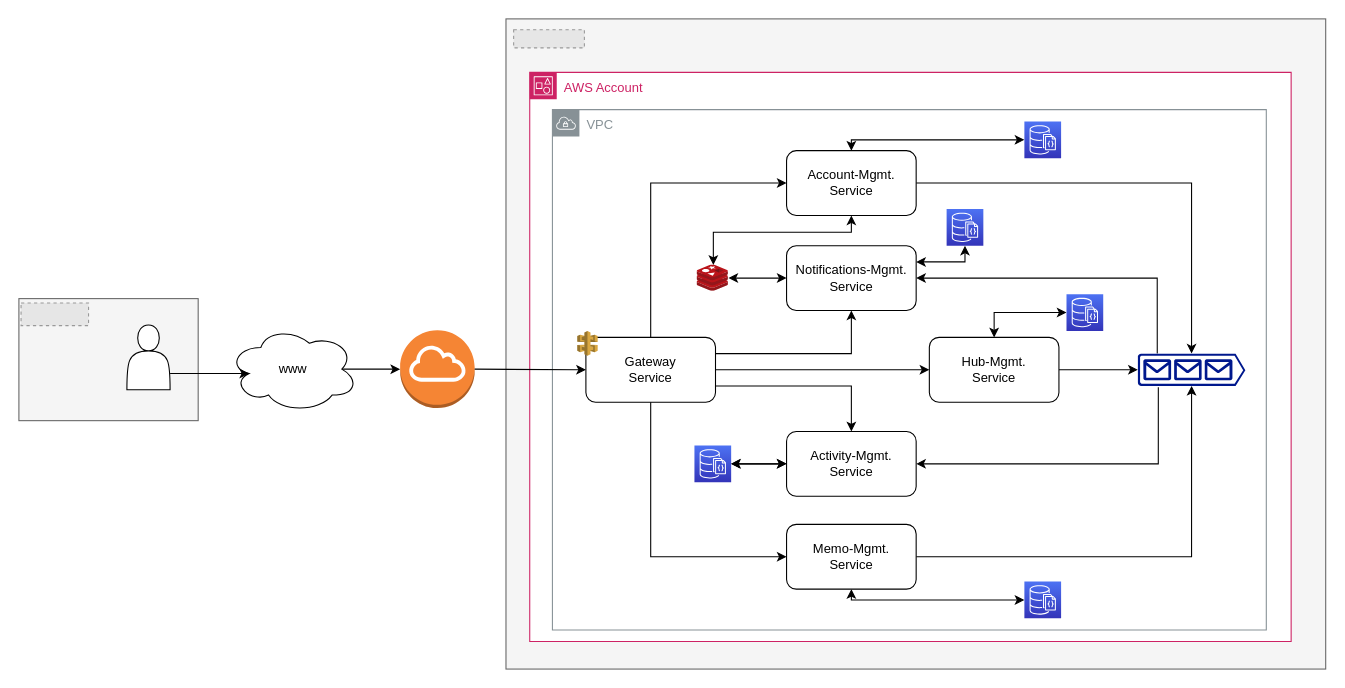
The draw.io diagram docs/spec/diagram.drawio in rockdonald2/community-space, before the edit. Source tidied: cells renumbered, new cells numbered last; positions are measured from the earlier drawing's top-left corner, leaving out a move shared by most shapes. Both pictures are drawn from the tidied source at 108%, with x=0, y=0 at pixel (18, 18). Pictures stored in the file or linked from it are replaced by grey dashed boxes.
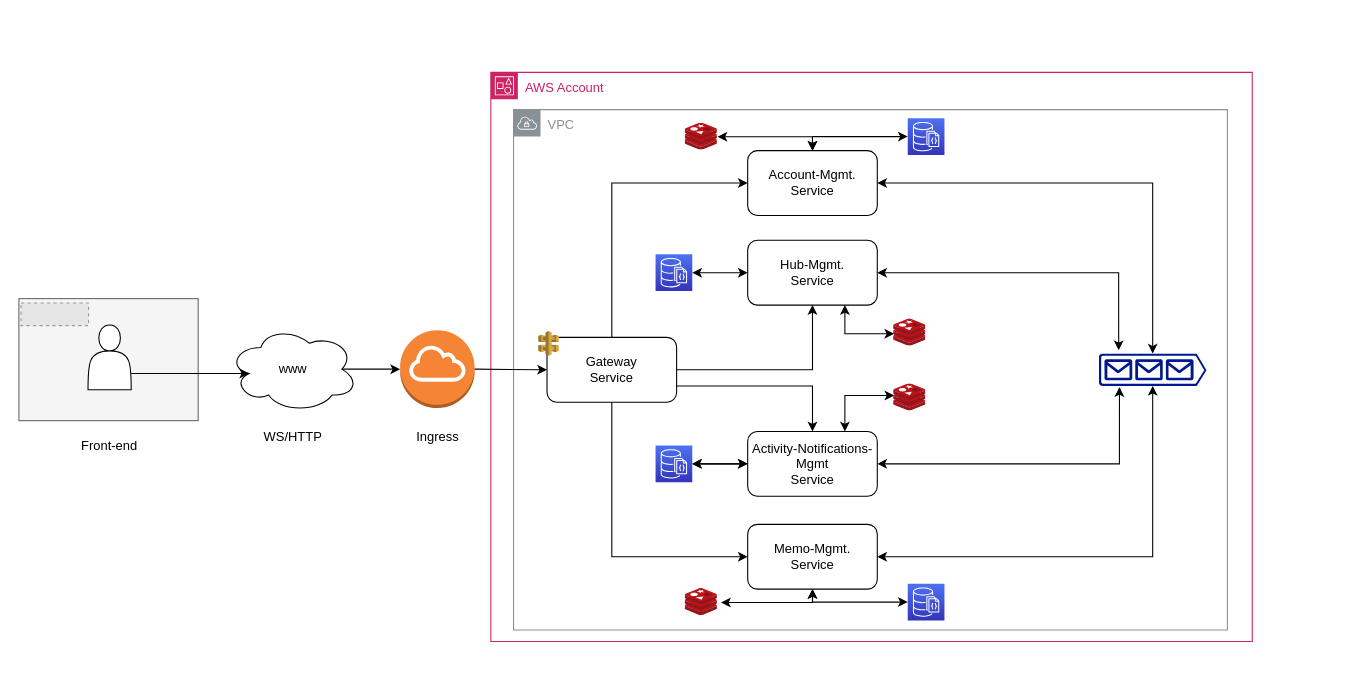
The same page after the edit.

Unchanged cells that the change refers to:
```xml
<mxCell id="14" value="Gateway&lt;br&gt;Service" style="rounded=1;whiteSpace=wrap;html=1;" parent="13" vertex="1">
  <mxGeometry x="8" y="6" width="120" height="60" as="geometry" />
</mxCell>
<mxCell id="19" value="Account-Mgmt.&lt;br&gt;Service" style="rounded=1;whiteSpace=wrap;html=1;" parent="11" vertex="1">
  <mxGeometry x="237.8" y="72.5" width="120" height="60" as="geometry" />
</mxCell>
<mxCell id="25" value="Memo-Mgmt.&lt;br style=&quot;border-color: var(--border-color);&quot;&gt;Service" style="rounded=1;whiteSpace=wrap;html=1;" parent="11" vertex="1">
  <mxGeometry x="237.8" y="418.5" width="120" height="60" as="geometry" />
</mxCell>
<mxCell id="28" style="sketch=0;shadow=0;dashed=0;html=1;strokeColor=none;labelPosition=center;verticalLabelPosition=bottom;verticalAlign=top;align=center;fillColor=#00188D;shape=mxgraph.azure.queue_generic;" parent="11" vertex="1">
  <mxGeometry x="563" y="260.4" width="99.6" height="29.9" as="geometry" />
</mxCell>
```

Diff of the diagram source:
```diff
@@
-    <mxCell id="5" style="group;" parent="1" vertex="1">
-      <mxGeometry x="451" width="759" height="602" as="geometry" />
-    </mxCell>
-    <mxCell id="6" style="rounded=0;whiteSpace=wrap;html=1;fillColor=#f5f5f5;fontColor=#333333;strokeColor=#666666;" parent="5" vertex="1">
-      <mxGeometry width="759" height="602" as="geometry" />
-    </mxCell>
-    <mxCell id="7" style="fillColor=#E6E6E6;strokeColor=#999999;dashed=1;verticalLabelPosition=bottom;labelBackgroundColor=default;verticalAlign=top;" parent="5" vertex="1">
-      <mxGeometry x="7.1" y="10" width="65.5" height="16.8" as="geometry" />
-    </mxCell>
@@
     <mxCell id="11" value="AWS Account" style="gradientColor=none;html=1;whiteSpace=wrap;fontSize=12;fontStyle=0;shape=mxgraph.aws4.group;grIcon=mxgraph.aws4.group_account;strokeColor=#CD2264;fillColor=default;verticalAlign=top;align=left;spacingLeft=30;fontColor=#CD2264;dashed=0;" parent="1" vertex="1">
-      <mxGeometry x="473" y="49.5" width="705" height="527" as="geometry" />
+      <mxGeometry x="437" y="49.5" width="705" height="527" as="geometry" />
     </mxCell>
@@
-    <mxCell id="16" style="edgeStyle=orthogonalEdgeStyle;rounded=0;html=1;exitX=1;exitY=0.5;exitDx=0;exitDy=0;entryX=0.5;entryY=0;entryDx=0;entryDy=0;entryPerimeter=0;startArrow=none;startFill=0;endArrow=classic;endFill=1;" parent="11" edge="1" source="19" target="28">
+    <mxCell id="16" style="edgeStyle=orthogonalEdgeStyle;rounded=0;html=1;exitX=1;exitY=0.5;exitDx=0;exitDy=0;entryX=0.5;entryY=0;entryDx=0;entryDy=0;entryPerimeter=0;startArrow=classic;startFill=1;endArrow=classic;endFill=1;" parent="11" edge="1" source="19" target="28">
       <mxGeometry relative="1" as="geometry" />
     </mxCell>
@@
-    <mxCell id="18" style="edgeStyle=orthogonalEdgeStyle;html=1;exitX=0.5;exitY=1;exitDx=0;exitDy=0;rounded=0;startArrow=classic;startFill=1;" parent="11" edge="1" source="19" target="35">
-      <mxGeometry relative="1" as="geometry">
-        <Array as="points">
-          <mxPoint x="298" y="148" />
-          <mxPoint x="170" y="148" />
-        </Array>
-      </mxGeometry>
-    </mxCell>
+    <mxCell id="49" style="edgeStyle=orthogonalEdgeStyle;rounded=0;html=1;exitX=0.5;exitY=0;exitDx=0;exitDy=0;entryX=1.003;entryY=0.505;entryDx=0;entryDy=0;entryPerimeter=0;startArrow=classic;startFill=1;endArrow=classic;endFill=1;" parent="11" edge="1" source="19" target="54">
+      <mxGeometry relative="1" as="geometry" />
+    </mxCell>
@@
-    <mxCell id="20" style="edgeStyle=orthogonalEdgeStyle;rounded=0;html=1;exitX=1;exitY=0.5;exitDx=0;exitDy=0;entryX=0.181;entryY=-0.004;entryDx=0;entryDy=0;entryPerimeter=0;startArrow=classic;startFill=1;endArrow=none;endFill=0;" parent="11" edge="1" source="22" target="28">
-      <mxGeometry relative="1" as="geometry" />
-    </mxCell>
-    <mxCell id="21" style="edgeStyle=orthogonalEdgeStyle;html=1;exitX=1;exitY=0.25;exitDx=0;exitDy=0;entryX=0.5;entryY=1;entryDx=0;entryDy=0;entryPerimeter=0;rounded=0;startArrow=classic;startFill=1;" parent="11" edge="1" source="22" target="44">
-      <mxGeometry relative="1" as="geometry" />
-    </mxCell>
-    <mxCell id="22" value="Notifications-Mgmt.&lt;br style=&quot;border-color: var(--border-color);&quot;&gt;Service" style="rounded=1;whiteSpace=wrap;html=1;" parent="11" vertex="1">
-      <mxGeometry x="237.8" y="160.5" width="120" height="60" as="geometry" />
-    </mxCell>
-    <mxCell id="23" style="edgeStyle=orthogonalEdgeStyle;rounded=0;html=1;exitX=1;exitY=0.5;exitDx=0;exitDy=0;entryX=0.5;entryY=1;entryDx=0;entryDy=0;entryPerimeter=0;startArrow=none;startFill=0;endArrow=classic;endFill=1;" parent="11" edge="1" source="25" target="28">
+    <mxCell id="23" style="edgeStyle=orthogonalEdgeStyle;rounded=0;html=1;exitX=1;exitY=0.5;exitDx=0;exitDy=0;entryX=0.5;entryY=1;entryDx=0;entryDy=0;entryPerimeter=0;startArrow=classic;startFill=1;endArrow=classic;endFill=1;" parent="11" edge="1" source="25" target="28">
       <mxGeometry relative="1" as="geometry" />
     </mxCell>
@@
+    <mxCell id="50" style="edgeStyle=orthogonalEdgeStyle;rounded=0;html=1;exitX=0.5;exitY=1;exitDx=0;exitDy=0;entryX=1.112;entryY=0.515;entryDx=0;entryDy=0;entryPerimeter=0;startArrow=classic;startFill=1;endArrow=classic;endFill=1;" parent="11" edge="1" source="25" target="57">
+      <mxGeometry relative="1" as="geometry" />
+    </mxCell>
@@
-    <mxCell id="29" style="edgeStyle=orthogonalEdgeStyle;rounded=0;html=1;exitX=1;exitY=0.5;exitDx=0;exitDy=0;entryX=0.191;entryY=1.039;entryDx=0;entryDy=0;entryPerimeter=0;startArrow=classic;startFill=1;endArrow=none;endFill=0;" parent="11" edge="1" source="31" target="28">
+    <mxCell id="29" style="edgeStyle=orthogonalEdgeStyle;rounded=0;html=1;exitX=1;exitY=0.5;exitDx=0;exitDy=0;entryX=0.191;entryY=1.039;entryDx=0;entryDy=0;entryPerimeter=0;startArrow=classic;startFill=1;endArrow=classic;endFill=1;" parent="11" edge="1" source="31" target="28">
       <mxGeometry relative="1" as="geometry" />
     </mxCell>
@@
+    <mxCell id="51" style="edgeStyle=orthogonalEdgeStyle;rounded=0;html=1;exitX=0.75;exitY=0;exitDx=0;exitDy=0;entryX=0.018;entryY=0.426;entryDx=0;entryDy=0;entryPerimeter=0;startArrow=classic;startFill=1;endArrow=classic;endFill=1;" parent="11" edge="1" source="31" target="56">
+      <mxGeometry relative="1" as="geometry" />
+    </mxCell>
-    <mxCell id="31" value="Activity-Mgmt.&lt;br&gt;Service" style="rounded=1;whiteSpace=wrap;html=1;" parent="11" vertex="1">
+    <mxCell id="31" value="Activity-Notifications-Mgmt&lt;br&gt;Service" style="rounded=1;whiteSpace=wrap;html=1;" parent="11" vertex="1">
       <mxGeometry x="237.8" y="332.5" width="120" height="60" as="geometry" />
     </mxCell>
@@
-    <mxCell id="33" style="edgeStyle=orthogonalEdgeStyle;rounded=0;html=1;exitX=1;exitY=0.25;exitDx=0;exitDy=0;entryX=0.5;entryY=1;entryDx=0;entryDy=0;startArrow=none;startFill=0;endArrow=classic;endFill=1;" parent="11" edge="1" source="14" target="22">
-      <mxGeometry relative="1" as="geometry" />
-    </mxCell>
-    <mxCell id="34" style="edgeStyle=orthogonalEdgeStyle;rounded=0;html=1;startArrow=classic;startFill=1;endArrow=classic;endFill=1;" parent="11" edge="1" source="35" target="22">
-      <mxGeometry relative="1" as="geometry" />
-    </mxCell>
-    <mxCell id="35" style="sketch=0;html=1;points=[];align=center;image;fontSize=12;image=img/lib/mscae/Cache_Redis_Product.svg;" parent="11" vertex="1">
-      <mxGeometry x="155" y="178.3" width="29" height="24.4" as="geometry" />
-    </mxCell>
@@
     <mxCell id="38" style="sketch=0;points=[[0,0,0],[0.25,0,0],[0.5,0,0],[0.75,0,0],[1,0,0],[0,1,0],[0.25,1,0],[0.5,1,0],[0.75,1,0],[1,1,0],[0,0.25,0],[0,0.5,0],[0,0.75,0],[1,0.25,0],[1,0.5,0],[1,0.75,0]];outlineConnect=0;fontColor=#232F3E;gradientColor=#4D72F3;gradientDirection=north;fillColor=#3334B9;strokeColor=#ffffff;dashed=0;verticalLabelPosition=bottom;verticalAlign=top;align=center;html=1;fontSize=12;fontStyle=0;shape=mxgraph.aws4.resourceIcon;resIcon=mxgraph.aws4.documentdb_with_mongodb_compatibility;" parent="11" vertex="1">
-      <mxGeometry x="458" y="471.5" width="34" height="34" as="geometry" />
+      <mxGeometry x="386" y="473.5" width="34" height="34" as="geometry" />
     </mxCell>
     <mxCell id="39" style="sketch=0;points=[[0,0,0],[0.25,0,0],[0.5,0,0],[0.75,0,0],[1,0,0],[0,1,0],[0.25,1,0],[0.5,1,0],[0.75,1,0],[1,1,0],[0,0.25,0],[0,0.5,0],[0,0.75,0],[1,0.25,0],[1,0.5,0],[1,0.75,0]];outlineConnect=0;fontColor=#232F3E;gradientColor=#4D72F3;gradientDirection=north;fillColor=#3334B9;strokeColor=#ffffff;dashed=0;verticalLabelPosition=bottom;verticalAlign=top;align=center;html=1;fontSize=12;fontStyle=0;shape=mxgraph.aws4.resourceIcon;resIcon=mxgraph.aws4.documentdb_with_mongodb_compatibility;" parent="11" vertex="1">
-      <mxGeometry x="458" y="45.5" width="34" height="34" as="geometry" />
+      <mxGeometry x="386" y="42.5" width="34" height="34" as="geometry" />
     </mxCell>
-    <mxCell id="40" style="edgeStyle=none;html=1;exitX=1;exitY=0.5;exitDx=0;exitDy=0;entryX=0;entryY=0.5;entryDx=0;entryDy=0;entryPerimeter=0;" parent="11" edge="1" source="42" target="28">
+    <mxCell id="40" style="edgeStyle=orthogonalEdgeStyle;rounded=0;html=1;exitX=1;exitY=0.5;exitDx=0;exitDy=0;entryX=0.184;entryY=-0.104;entryDx=0;entryDy=0;entryPerimeter=0;startArrow=classic;startFill=1;" parent="11" edge="1" source="42" target="28">
       <mxGeometry relative="1" as="geometry" />
     </mxCell>
-    <mxCell id="41" style="edgeStyle=orthogonalEdgeStyle;rounded=0;html=1;exitX=0.5;exitY=0;exitDx=0;exitDy=0;entryX=0;entryY=0.5;entryDx=0;entryDy=0;entryPerimeter=0;startArrow=classic;startFill=1;" parent="11" edge="1" source="42" target="45">
-      <mxGeometry relative="1" as="geometry" />
-    </mxCell>
+    <mxCell id="52" style="edgeStyle=orthogonalEdgeStyle;rounded=0;html=1;exitX=0.75;exitY=1;exitDx=0;exitDy=0;entryX=0.015;entryY=0.542;entryDx=0;entryDy=0;entryPerimeter=0;startArrow=classic;startFill=1;endArrow=classic;endFill=1;" parent="11" edge="1" source="42" target="55">
+      <mxGeometry relative="1" as="geometry" />
+    </mxCell>
     <mxCell id="42" value="Hub-Mgmt.&lt;br&gt;Service" style="rounded=1;whiteSpace=wrap;html=1;" parent="11" vertex="1">
-      <mxGeometry x="370" y="245.4" width="120" height="60" as="geometry" />
+      <mxGeometry x="237.8" y="155.5" width="120" height="60" as="geometry" />
     </mxCell>
-    <mxCell id="43" style="edgeStyle=none;html=1;exitX=1;exitY=0.5;exitDx=0;exitDy=0;entryX=0;entryY=0.5;entryDx=0;entryDy=0;" parent="11" edge="1" source="14" target="42">
+    <mxCell id="43" style="edgeStyle=orthogonalEdgeStyle;html=1;exitX=1;exitY=0.5;exitDx=0;exitDy=0;entryX=0.5;entryY=1;entryDx=0;entryDy=0;rounded=0;" parent="11" edge="1" source="14" target="42">
       <mxGeometry relative="1" as="geometry" />
     </mxCell>
-    <mxCell id="44" style="sketch=0;points=[[0,0,0],[0.25,0,0],[0.5,0,0],[0.75,0,0],[1,0,0],[0,1,0],[0.25,1,0],[0.5,1,0],[0.75,1,0],[1,1,0],[0,0.25,0],[0,0.5,0],[0,0.75,0],[1,0.25,0],[1,0.5,0],[1,0.75,0]];outlineConnect=0;fontColor=#232F3E;gradientColor=#4D72F3;gradientDirection=north;fillColor=#3334B9;strokeColor=#ffffff;dashed=0;verticalLabelPosition=bottom;verticalAlign=top;align=center;html=1;fontSize=12;fontStyle=0;shape=mxgraph.aws4.resourceIcon;resIcon=mxgraph.aws4.documentdb_with_mongodb_compatibility;" parent="11" vertex="1">
-      <mxGeometry x="386" y="126.5" width="34" height="34" as="geometry" />
-    </mxCell>
+    <mxCell id="53" style="edgeStyle=orthogonalEdgeStyle;rounded=0;html=1;startArrow=classic;startFill=1;" parent="11" edge="1" source="45" target="42">
+      <mxGeometry relative="1" as="geometry" />
+    </mxCell>
     <mxCell id="45" style="sketch=0;points=[[0,0,0],[0.25,0,0],[0.5,0,0],[0.75,0,0],[1,0,0],[0,1,0],[0.25,1,0],[0.5,1,0],[0.75,1,0],[1,1,0],[0,0.25,0],[0,0.5,0],[0,0.75,0],[1,0.25,0],[1,0.5,0],[1,0.75,0]];outlineConnect=0;fontColor=#232F3E;gradientColor=#4D72F3;gradientDirection=north;fillColor=#3334B9;strokeColor=#ffffff;dashed=0;verticalLabelPosition=bottom;verticalAlign=top;align=center;html=1;fontSize=12;fontStyle=0;shape=mxgraph.aws4.resourceIcon;resIcon=mxgraph.aws4.documentdb_with_mongodb_compatibility;" parent="11" vertex="1">
-      <mxGeometry x="497" y="205.4" width="34" height="34" as="geometry" />
+      <mxGeometry x="152.5" y="168.5" width="34" height="34" as="geometry" />
     </mxCell>
+    <mxCell id="54" style="sketch=0;html=1;points=[];align=center;image;fontSize=12;image=img/lib/mscae/Cache_Redis_Product.svg;" parent="11" vertex="1">
+      <mxGeometry x="180" y="47" width="29.8" height="25" as="geometry" />
+    </mxCell>
+    <mxCell id="55" style="sketch=0;html=1;points=[];align=center;image;fontSize=12;image=img/lib/mscae/Cache_Redis_Product.svg;" parent="11" vertex="1">
+      <mxGeometry x="373" y="228.5" width="29.8" height="25" as="geometry" />
+    </mxCell>
+    <mxCell id="56" style="sketch=0;html=1;points=[];align=center;image;fontSize=12;image=img/lib/mscae/Cache_Redis_Product.svg;" parent="11" vertex="1">
+      <mxGeometry x="373" y="288.5" width="29.8" height="25" as="geometry" />
+    </mxCell>
+    <mxCell id="57" style="sketch=0;html=1;points=[];align=center;image;fontSize=12;image=img/lib/mscae/Cache_Redis_Product.svg;" parent="11" vertex="1">
+      <mxGeometry x="180" y="478" width="29.8" height="25" as="geometry" />
+    </mxCell>
@@
     <mxCell id="47" style="shape=actor;whiteSpace=wrap;html=1;" parent="1" vertex="1">
-      <mxGeometry x="100" y="283.4" width="40" height="60" as="geometry" />
+      <mxGeometry x="64" y="283.4" width="40" height="60" as="geometry" />
     </mxCell>
@@
+    <mxCell id="58" value="Ingress" style="text;html=1;strokeColor=none;fillColor=none;align=center;verticalAlign=middle;whiteSpace=wrap;rounded=0;" parent="1" vertex="1">
+      <mxGeometry x="357.5" y="372" width="60" height="30" as="geometry" />
+    </mxCell>
+    <mxCell id="59" value="Front-end" style="text;html=1;strokeColor=none;fillColor=none;align=center;verticalAlign=middle;whiteSpace=wrap;rounded=0;" parent="1" vertex="1">
+      <mxGeometry x="54" y="381" width="60" height="30" as="geometry" />
+    </mxCell>
+    <mxCell id="60" value="WS/HTTP" style="text;html=1;strokeColor=none;fillColor=none;align=center;verticalAlign=middle;whiteSpace=wrap;rounded=0;" parent="1" vertex="1">
+      <mxGeometry x="224" y="372" width="60" height="30" as="geometry" />
+    </mxCell>
```
